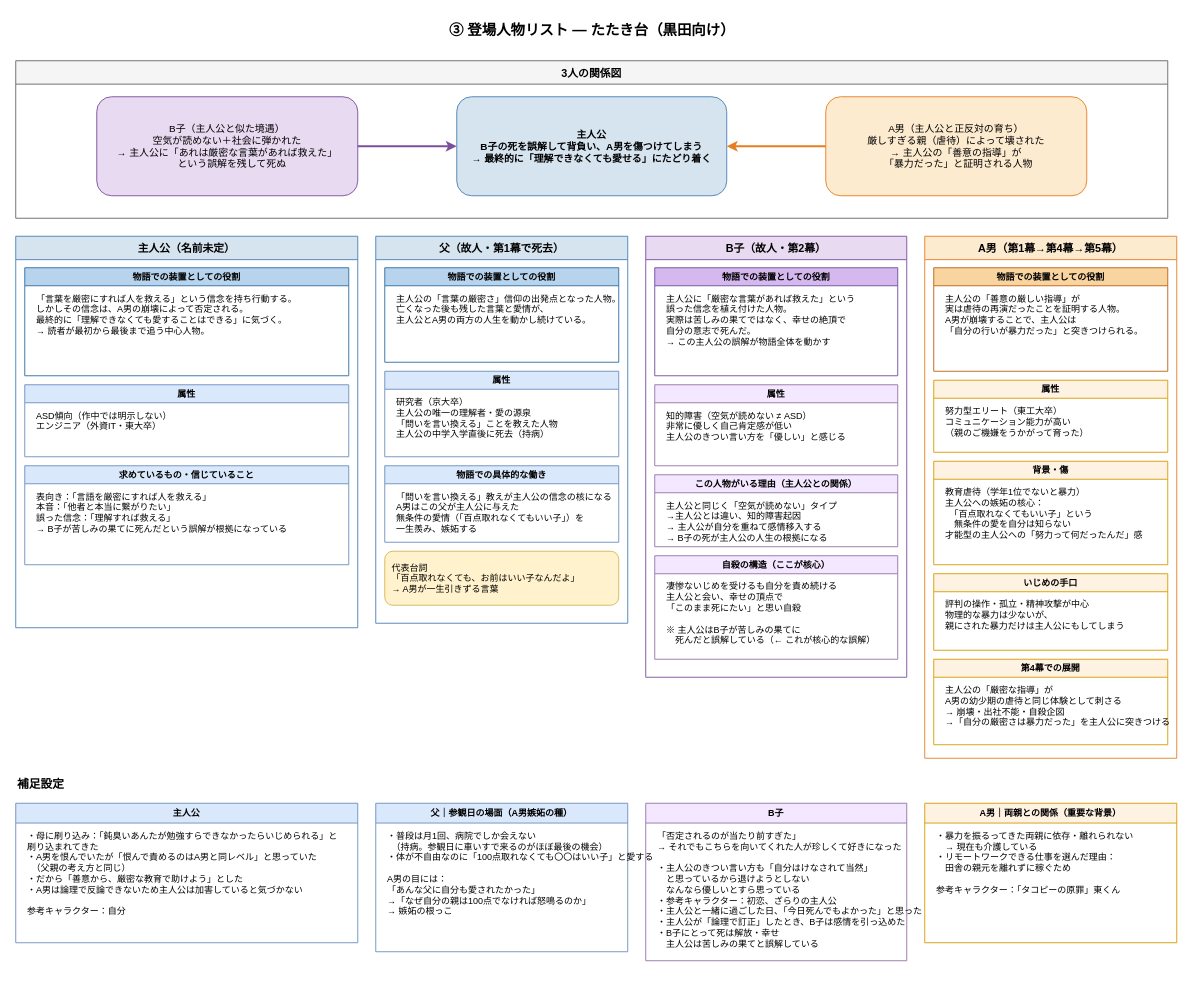
The draw.io diagram daily/2026-03-28/characters.drawio in KUWAOTA/novels, before the edit. Source tidied: cells renumbered, new cells numbered last; positions are measured from the earlier drawing's top-left corner, leaving out a move shared by most shapes. Both pictures are drawn from the tidied source at 90%, with x=0, y=0 at pixel (15, 15).
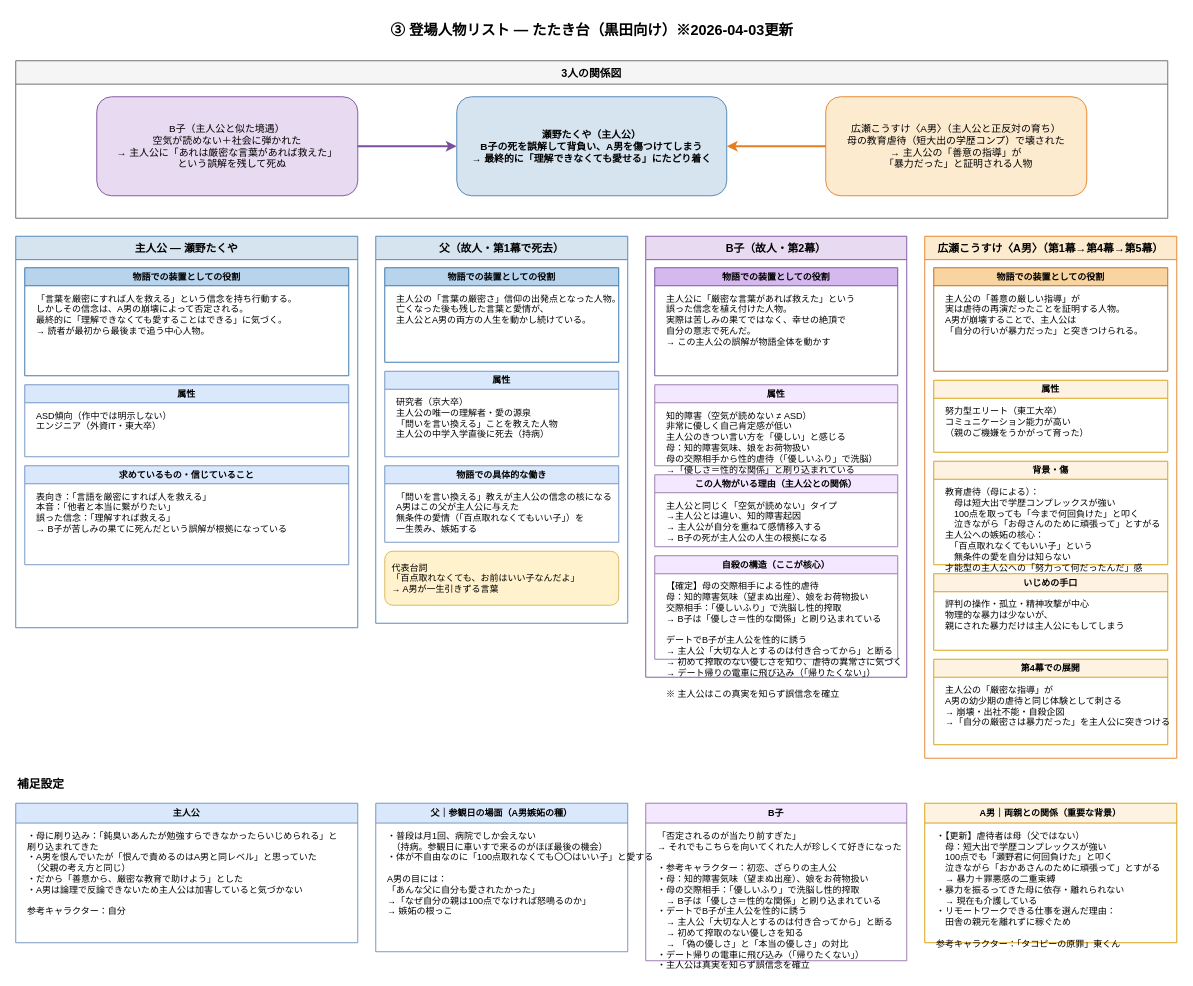
The same diagram, later.

Unchanged cells that the change refers to:
```xml
<mxCell id="3" value="3人の関係図" style="swimlane;startSize=26;fillColor=#f5f5f5;strokeColor=#666666;fontStyle=1;fontSize=12;" parent="1" vertex="1">
  <mxGeometry y="50" width="1280" height="175" as="geometry" />
</mxCell>
<mxCell id="27" value="属性" style="swimlane;startSize=20;fillColor=#f3e8ff;strokeColor=#9673a6;fontSize=10;" parent="24" vertex="1">
  <mxGeometry x="10" y="165" width="270" height="90" as="geometry" />
</mxCell>
<mxCell id="31" value="自殺の構造（ここが核心）" style="swimlane;startSize=20;fillColor=#f3e8ff;strokeColor=#9673a6;fontSize=10;" parent="24" vertex="1">
  <mxGeometry x="10" y="355" width="270" height="115" as="geometry" />
</mxCell>
<mxCell id="38" value="背景・傷" style="swimlane;startSize=20;fillColor=#fef3e2;strokeColor=#d79b00;fontSize=10;" parent="33" vertex="1">
  <mxGeometry x="10" y="250" width="260" height="115" as="geometry" />
</mxCell>
<mxCell id="49" value="B子" style="swimlane;startSize=22;fillColor=#f3e8ff;strokeColor=#9673a6;fontSize=10;fontStyle=1;" parent="1" vertex="1">
  <mxGeometry x="700" y="875" width="290" height="175" as="geometry" />
</mxCell>
<mxCell id="51" value="A男｜両親との関係（重要な背景）" style="swimlane;startSize=22;fillColor=#fef3e2;strokeColor=#d79b00;fontSize=10;fontStyle=1;" parent="1" vertex="1">
  <mxGeometry x="1010" y="875" width="280" height="155" as="geometry" />
</mxCell>
```

Diff of the diagram source:
```diff
@@
-    <mxCell id="2" value="③ 登場人物リスト — たたき台（黒田向け）" style="text;html=1;align=center;fontSize=16;fontStyle=1;fillColor=none;strokeColor=none;" parent="1" vertex="1">
+    <mxCell id="2" value="③ 登場人物リスト — たたき台（黒田向け）※2026-04-03更新" style="text;html=1;align=center;fontSize=16;fontStyle=1;fillColor=none;strokeColor=none;" parent="1" vertex="1">
       <mxGeometry width="1280" height="40" as="geometry" />
     </mxCell>
@@
-    <mxCell id="5" value="主人公&#10;B子の死を誤解して背負い、A男を傷つけてしまう&#10;→ 最終的に「理解できなくても愛せる」にたどり着く" style="rounded=1;fillColor=#D6E4F0;strokeColor=#4A7FB5;fontStyle=1;fontSize=11;" parent="3" vertex="1">
+    <mxCell id="5" value="瀬野たくや（主人公）&#10;B子の死を誤解して背負い、A男を傷つけてしまう&#10;→ 最終的に「理解できなくても愛せる」にたどり着く" style="rounded=1;fillColor=#D6E4F0;strokeColor=#4A7FB5;fontStyle=1;fontSize=11;" parent="3" vertex="1">
       <mxGeometry x="490" y="40" width="300" height="110" as="geometry" />
     </mxCell>
-    <mxCell id="6" value="A男（主人公と正反対の育ち）&#10;厳しすぎる親（虐待）によって壊された&#10;→ 主人公の「善意の指導」が&#10;　「暴力だった」と証明される人物" style="rounded=1;fillColor=#FDEBD0;strokeColor=#E67E22;fontSize=11;" parent="3" vertex="1">
+    <mxCell id="6" value="広瀬こうすけ〈A男〉（主人公と正反対の育ち）&#10;母の教育虐待（短大出の学歴コンプ）で壊された&#10;→ 主人公の「善意の指導」が&#10;　「暴力だった」と証明される人物" style="rounded=1;fillColor=#FDEBD0;strokeColor=#E67E22;fontSize=11;" parent="3" vertex="1">
       <mxGeometry x="900" y="40" width="290" height="110" as="geometry" />
     </mxCell>
@@
-    <mxCell id="9" value="主人公（名前未定）" style="swimlane;startSize=26;fillColor=#D6E4F0;strokeColor=#4A7FB5;fontStyle=1;fontSize=12;" parent="1" vertex="1">
+    <mxCell id="9" value="主人公 — 瀬野たくや" style="swimlane;startSize=26;fillColor=#D6E4F0;strokeColor=#4A7FB5;fontStyle=1;fontSize=12;" parent="1" vertex="1">
       <mxGeometry y="245" width="380" height="435" as="geometry" />
     </mxCell>
@@
-    <mxCell id="28" value="知的障害（空気が読めない ≠ ASD）&#10;非常に優しく自己肯定感が低い&#10;主人公のきつい言い方を「優しい」と感じる" style="text;strokeColor=none;fillColor=none;fontSize=10;align=left;spacingLeft=6;" parent="27" vertex="1">
+    <mxCell id="28" value="知的障害（空気が読めない ≠ ASD）&#10;非常に優しく自己肯定感が低い&#10;主人公のきつい言い方を「優しい」と感じる&#10;母：知的障害気味、娘をお荷物扱い&#10;母の交際相手から性的虐待（「優しいふり」で洗脳）&#10;→「優しさ＝性的な関係」と刷り込まれている" style="text;strokeColor=none;fillColor=none;fontSize=10;align=left;spacingLeft=6;" parent="27" vertex="1">
       <mxGeometry x="5" y="22" width="260" height="60" as="geometry" />
     </mxCell>
@@
-    <mxCell id="32" value="凄惨ないじめを受けるも自分を責め続ける&#10;主人公と会い、幸せの頂点で&#10;「このまま死にたい」と思い自殺&#10;&#10;※ 主人公はB子が苦しみの果てに&#10;　死んだと誤解している（← これが核心的な誤解）" style="text;strokeColor=none;fillColor=none;fontSize=10;align=left;spacingLeft=6;" parent="31" vertex="1">
+    <mxCell id="32" value="【確定】母の交際相手による性的虐待&#10;母：知的障害気味（望まぬ出産）、娘をお荷物扱い&#10;交際相手：「優しいふり」で洗脳し性的搾取&#10;→ B子は「優しさ＝性的な関係」と刷り込まれている&#10;&#10;デートでB子が主人公を性的に誘う&#10;→ 主人公「大切な人とするのは付き合ってから」と断る&#10;→ 初めて搾取のない優しさを知り、虐待の異常さに気づく&#10;→ デート帰りの電車に飛び込み（「帰りたくない」）&#10;&#10;※ 主人公はこの真実を知らず誤信念を確立" style="text;strokeColor=none;fillColor=none;fontSize=10;align=left;spacingLeft=6;" parent="31" vertex="1">
       <mxGeometry x="5" y="22" width="260" height="85" as="geometry" />
     </mxCell>
-    <mxCell id="33" value="A男（第1幕→第4幕→第5幕）" style="swimlane;startSize=26;fillColor=#FDEBD0;strokeColor=#E67E22;fontStyle=1;fontSize=12;" parent="1" vertex="1">
+    <mxCell id="33" value="広瀬こうすけ〈A男〉（第1幕→第4幕→第5幕）" style="swimlane;startSize=26;fillColor=#FDEBD0;strokeColor=#E67E22;fontStyle=1;fontSize=12;" parent="1" vertex="1">
       <mxGeometry x="1010" y="245" width="280" height="580" as="geometry" />
     </mxCell>
@@
-    <mxCell id="39" value="教育虐待（学年1位でないと暴力）&#10;主人公への嫉妬の核心：&#10;　「百点取れなくてもいい子」という&#10;　無条件の愛を自分は知らない&#10;才能型の主人公への「努力って何だったんだ」感" style="text;strokeColor=none;fillColor=none;fontSize=10;align=left;spacingLeft=6;" parent="38" vertex="1">
+    <mxCell id="39" value="教育虐待（母による）：&#10;　母は短大出で学歴コンプレックスが強い&#10;　100点を取っても「今まで何回負けた」と叩く&#10;　泣きながら「お母さんのために頑張って」とすがる&#10;主人公への嫉妬の核心：&#10;　「百点取れなくてもいい子」という&#10;　無条件の愛を自分は知らない&#10;才能型の主人公への「努力って何だったんだ」感" style="text;strokeColor=none;fillColor=none;fontSize=10;align=left;spacingLeft=6;" parent="38" vertex="1">
       <mxGeometry x="5" y="22" width="250" height="85" as="geometry" />
     </mxCell>
@@
-    <mxCell id="50" value="「否定されるのが当たり前すぎた」&#10;→ それでもこちらを向いてくれた人が珍しくて好きになった&#10;&#10;・主人公のきつい言い方も「自分はけなされて当然」&#10;　と思っているから退けようとしない&#10;　なんなら優しいとすら思っている&#10;・参考キャラクター：初恋、ざらりの主人公&#10;・主人公と一緒に過ごした日、「今日死んでもよかった」と思った&#10;・主人公が「論理で訂正」したとき、B子は感情を引っ込めた&#10;・B子にとって死は解放・幸せ&#10;　主人公は苦しみの果てと誤解している" style="text;strokeColor=none;fillColor=none;fontSize=10;align=left;spacingLeft=6;" parent="49" vertex="1">
+    <mxCell id="50" value="「否定されるのが当たり前すぎた」&#10;→ それでもこちらを向いてくれた人が珍しくて好きになった&#10;&#10;・参考キャラクター：初恋、ざらりの主人公&#10;・母：知的障害気味（望まぬ出産）、娘をお荷物扱い&#10;・母の交際相手：「優しいふり」で洗脳し性的搾取&#10;　→ B子は「優しさ＝性的な関係」と刷り込まれている&#10;・デートでB子が主人公を性的に誘う&#10;　→ 主人公「大切な人とするのは付き合ってから」と断る&#10;　→ 初めて搾取のない優しさを知る&#10;　→ 「偽の優しさ」と「本当の優しさ」の対比&#10;・デート帰りの電車に飛び込み（「帰りたくない」）&#10;・主人公は真実を知らず誤信念を確立" style="text;strokeColor=none;fillColor=none;fontSize=10;align=left;spacingLeft=6;" parent="49" vertex="1">
       <mxGeometry x="5" y="24" width="278" height="112" as="geometry" />
     </mxCell>
@@
-    <mxCell id="52" value="・暴力を振るってきた両親に依存・離れられない&#10;　→ 現在も介護している&#10;・リモートワークできる仕事を選んだ理由：&#10;　田舎の親元を離れずに稼ぐため&#10;&#10;参考キャラクター：「タコピーの原罪」東くん" style="text;strokeColor=none;fillColor=none;fontSize=10;align=left;spacingLeft=6;" parent="51" vertex="1">
+    <mxCell id="52" value="・【更新】虐待者は母（父ではない）&#10;　母：短大出で学歴コンプレックスが強い&#10;　100点でも「瀬野君に何回負けた」と叩く&#10;　泣きながら「おかあさんのために頑張って」とすがる&#10;　→ 暴力＋罪悪感の二重束縛&#10;・暴力を振るってきた母に依存・離れられない&#10;　→ 現在も介護している&#10;・リモートワークできる仕事を選んだ理由：&#10;　田舎の親元を離れずに稼ぐため&#10;&#10;参考キャラクター：「タコピーの原罪」東くん" style="text;strokeColor=none;fillColor=none;fontSize=10;align=left;spacingLeft=6;" parent="51" vertex="1">
       <mxGeometry x="5" y="24" width="268" height="122" as="geometry" />
     </mxCell>
```
